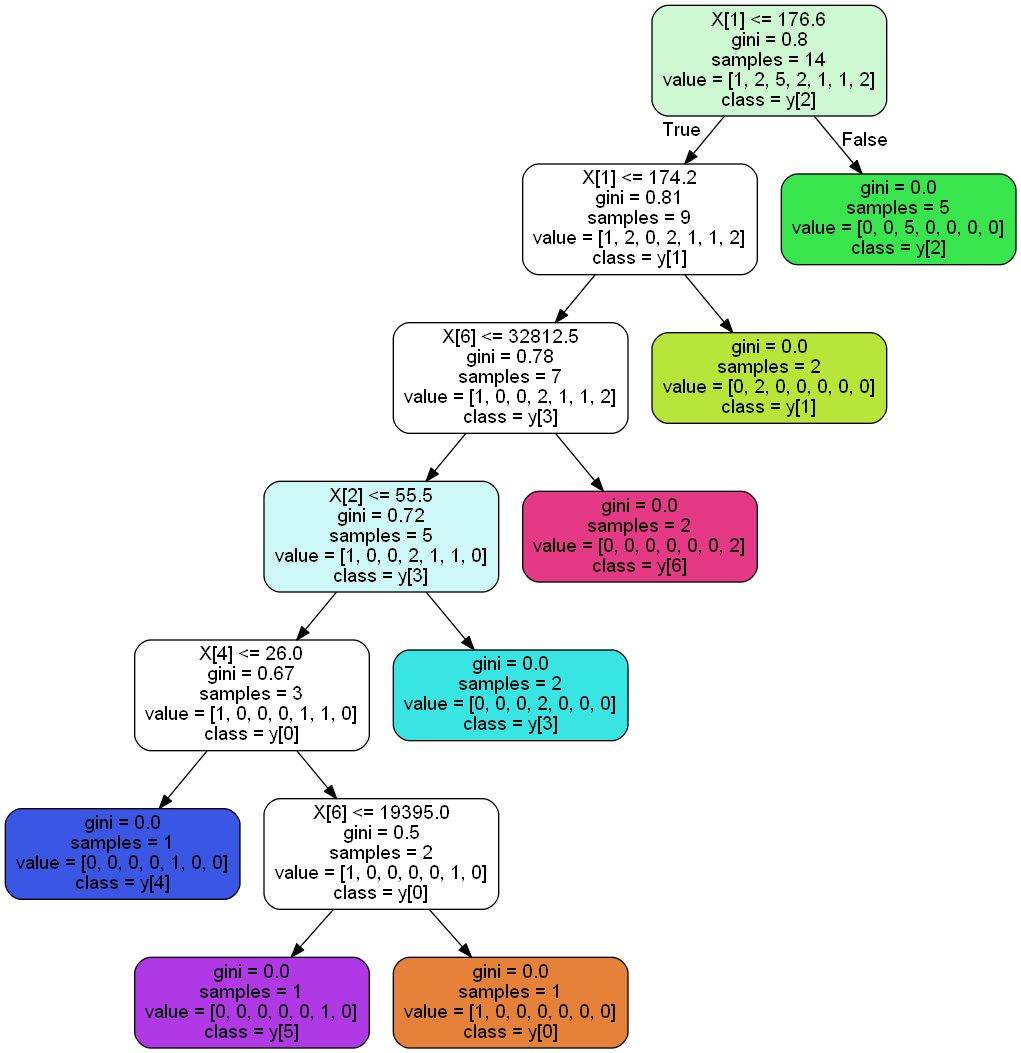
The Graphviz diagram treerace.png in AndreaDagg/DecisIonCAr, before a commit. Its source is kept beside it as treerace.dot. Source of this version:
```dot
digraph Tree {
node [shape=box, style="filled, rounded", color="black", fontname=helvetica] ;
edge [fontname=helvetica] ;
0 [label="X[1] <= 176.6\ngini = 0.8\nsamples = 14\nvalue = [1, 2, 5, 2, 1, 1, 2]\nclass = y[2]", fillcolor="#cef8d2"] ;
1 [label="X[1] <= 174.2\ngini = 0.81\nsamples = 9\nvalue = [1, 2, 0, 2, 1, 1, 2]\nclass = y[1]", fillcolor="#ffffff"] ;
0 -> 1 [labeldistance=2.5, labelangle=45, headlabel="True"] ;
2 [label="X[6] <= 32812.5\ngini = 0.78\nsamples = 7\nvalue = [1, 0, 0, 2, 1, 1, 2]\nclass = y[3]", fillcolor="#ffffff"] ;
1 -> 2 ;
3 [label="X[2] <= 55.5\ngini = 0.72\nsamples = 5\nvalue = [1, 0, 0, 2, 1, 1, 0]\nclass = y[3]", fillcolor="#cef8f8"] ;
2 -> 3 ;
4 [label="X[4] <= 26.0\ngini = 0.67\nsamples = 3\nvalue = [1, 0, 0, 0, 1, 1, 0]\nclass = y[0]", fillcolor="#ffffff"] ;
3 -> 4 ;
5 [label="gini = 0.0\nsamples = 1\nvalue = [0, 0, 0, 0, 1, 0, 0]\nclass = y[4]", fillcolor="#3956e5"] ;
4 -> 5 ;
6 [label="X[6] <= 19395.0\ngini = 0.5\nsamples = 2\nvalue = [1, 0, 0, 0, 0, 1, 0]\nclass = y[0]", fillcolor="#ffffff"] ;
4 -> 6 ;
7 [label="gini = 0.0\nsamples = 1\nvalue = [0, 0, 0, 0, 0, 1, 0]\nclass = y[5]", fillcolor="#b139e5"] ;
6 -> 7 ;
8 [label="gini = 0.0\nsamples = 1\nvalue = [1, 0, 0, 0, 0, 0, 0]\nclass = y[0]", fillcolor="#e58139"] ;
6 -> 8 ;
9 [label="gini = 0.0\nsamples = 2\nvalue = [0, 0, 0, 2, 0, 0, 0]\nclass = y[3]", fillcolor="#39e5e2"] ;
3 -> 9 ;
10 [label="gini = 0.0\nsamples = 2\nvalue = [0, 0, 0, 0, 0, 0, 2]\nclass = y[6]", fillcolor="#e53986"] ;
2 -> 10 ;
11 [label="gini = 0.0\nsamples = 2\nvalue = [0, 2, 0, 0, 0, 0, 0]\nclass = y[1]", fillcolor="#b7e539"] ;
1 -> 11 ;
12 [label="gini = 0.0\nsamples = 5\nvalue = [0, 0, 5, 0, 0, 0, 0]\nclass = y[2]", fillcolor="#39e54d"] ;
0 -> 12 [labeldistance=2.5, labelangle=-45, headlabel="False"] ;
}
```
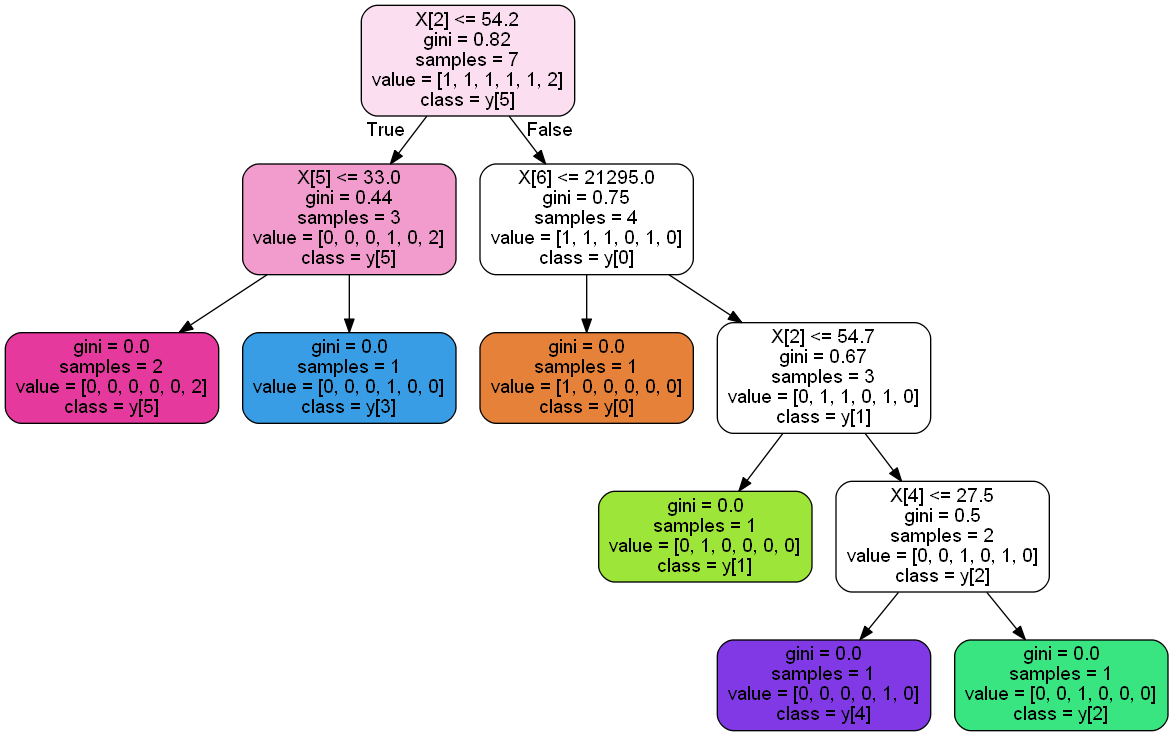
After the commit.

What changed in the source:
```diff
@@ -1,29 +1,25 @@
 digraph Tree {
 node [shape=box, style="filled, rounded", color="black", fontname=helvetica] ;
 edge [fontname=helvetica] ;
-0 [label="X[1] <= 176.6\ngini = 0.8\nsamples = 14\nvalue = [1, 2, 5, 2, 1, 1, 2]\nclass = y[2]", fillcolor="#cef8d2"] ;
-1 [label="X[1] <= 174.2\ngini = 0.81\nsamples = 9\nvalue = [1, 2, 0, 2, 1, 1, 2]\nclass = y[1]", fillcolor="#ffffff"] ;
+0 [label="X[2] <= 54.2\ngini = 0.82\nsamples = 7\nvalue = [1, 1, 1, 1, 1, 2]\nclass = y[5]", fillcolor="#fbdeef"] ;
+1 [label="X[5] <= 33.0\ngini = 0.44\nsamples = 3\nvalue = [0, 0, 0, 1, 0, 2]\nclass = y[5]", fillcolor="#f29cce"] ;
 0 -> 1 [labeldistance=2.5, labelangle=45, headlabel="True"] ;
-2 [label="X[6] <= 32812.5\ngini = 0.78\nsamples = 7\nvalue = [1, 0, 0, 2, 1, 1, 2]\nclass = y[3]", fillcolor="#ffffff"] ;
+2 [label="gini = 0.0\nsamples = 2\nvalue = [0, 0, 0, 0, 0, 2]\nclass = y[5]", fillcolor="#e5399d"] ;
 1 -> 2 ;
-3 [label="X[2] <= 55.5\ngini = 0.72\nsamples = 5\nvalue = [1, 0, 0, 2, 1, 1, 0]\nclass = y[3]", fillcolor="#cef8f8"] ;
-2 -> 3 ;
-4 [label="X[4] <= 26.0\ngini = 0.67\nsamples = 3\nvalue = [1, 0, 0, 0, 1, 1, 0]\nclass = y[0]", fillcolor="#ffffff"] ;
-3 -> 4 ;
-5 [label="gini = 0.0\nsamples = 1\nvalue = [0, 0, 0, 0, 1, 0, 0]\nclass = y[4]", fillcolor="#3956e5"] ;
+3 [label="gini = 0.0\nsamples = 1\nvalue = [0, 0, 0, 1, 0, 0]\nclass = y[3]", fillcolor="#399de5"] ;
+1 -> 3 ;
+4 [label="X[6] <= 21295.0\ngini = 0.75\nsamples = 4\nvalue = [1, 1, 1, 0, 1, 0]\nclass = y[0]", fillcolor="#ffffff"] ;
+0 -> 4 [labeldistance=2.5, labelangle=-45, headlabel="False"] ;
+5 [label="gini = 0.0\nsamples = 1\nvalue = [1, 0, 0, 0, 0, 0]\nclass = y[0]", fillcolor="#e58139"] ;
 4 -> 5 ;
-6 [label="X[6] <= 19395.0\ngini = 0.5\nsamples = 2\nvalue = [1, 0, 0, 0, 0, 1, 0]\nclass = y[0]", fillcolor="#ffffff"] ;
+6 [label="X[2] <= 54.7\ngini = 0.67\nsamples = 3\nvalue = [0, 1, 1, 0, 1, 0]\nclass = y[1]", fillcolor="#ffffff"] ;
 4 -> 6 ;
-7 [label="gini = 0.0\nsamples = 1\nvalue = [0, 0, 0, 0, 0, 1, 0]\nclass = y[5]", fillcolor="#b139e5"] ;
+7 [label="gini = 0.0\nsamples = 1\nvalue = [0, 1, 0, 0, 0, 0]\nclass = y[1]", fillcolor="#9de539"] ;
 6 -> 7 ;
-8 [label="gini = 0.0\nsamples = 1\nvalue = [1, 0, 0, 0, 0, 0, 0]\nclass = y[0]", fillcolor="#e58139"] ;
+8 [label="X[4] <= 27.5\ngini = 0.5\nsamples = 2\nvalue = [0, 0, 1, 0, 1, 0]\nclass = y[2]", fillcolor="#ffffff"] ;
 6 -> 8 ;
-9 [label="gini = 0.0\nsamples = 2\nvalue = [0, 0, 0, 2, 0, 0, 0]\nclass = y[3]", fillcolor="#39e5e2"] ;
-3 -> 9 ;
-10 [label="gini = 0.0\nsamples = 2\nvalue = [0, 0, 0, 0, 0, 0, 2]\nclass = y[6]", fillcolor="#e53986"] ;
-2 -> 10 ;
-11 [label="gini = 0.0\nsamples = 2\nvalue = [0, 2, 0, 0, 0, 0, 0]\nclass = y[1]", fillcolor="#b7e539"] ;
-1 -> 11 ;
-12 [label="gini = 0.0\nsamples = 5\nvalue = [0, 0, 5, 0, 0, 0, 0]\nclass = y[2]", fillcolor="#39e54d"] ;
-0 -> 12 [labeldistance=2.5, labelangle=-45, headlabel="False"] ;
+9 [label="gini = 0.0\nsamples = 1\nvalue = [0, 0, 0, 0, 1, 0]\nclass = y[4]", fillcolor="#8139e5"] ;
+8 -> 9 ;
+10 [label="gini = 0.0\nsamples = 1\nvalue = [0, 0, 1, 0, 0, 0]\nclass = y[2]", fillcolor="#39e581"] ;
+8 -> 10 ;
 }
```
